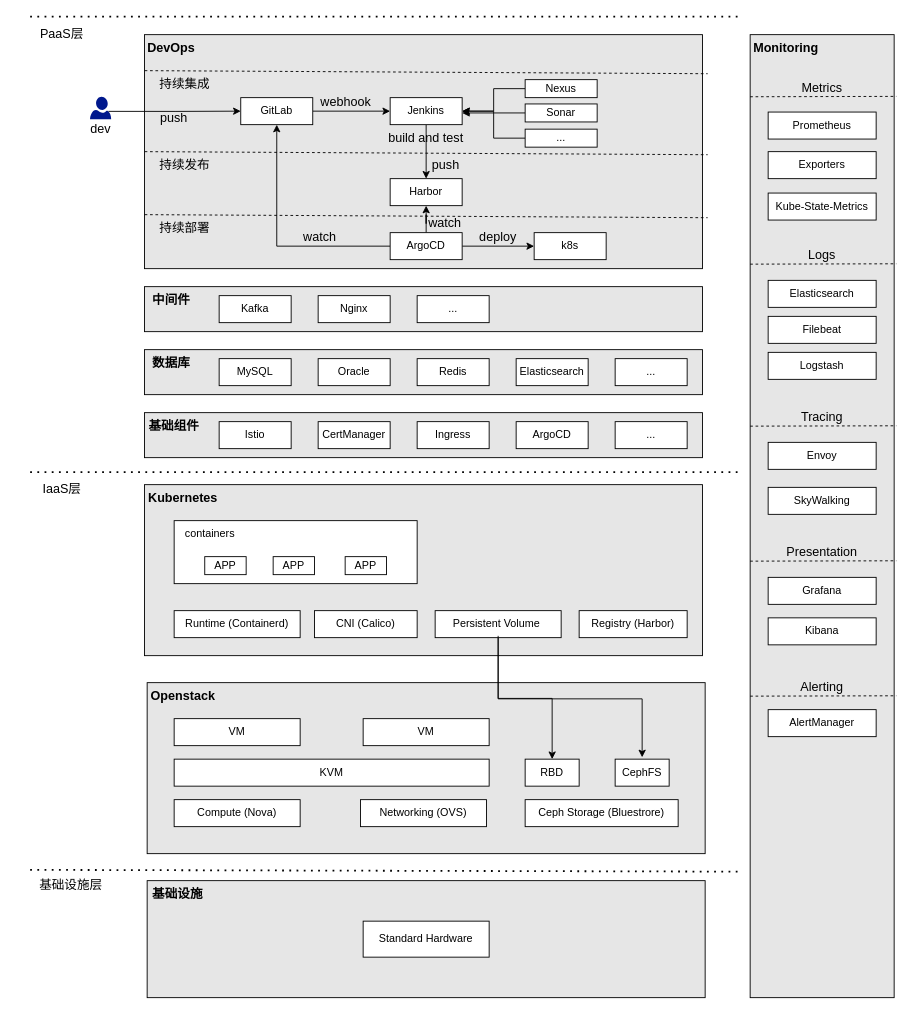
Before: design_documents/cloud/cloud_architecture.drawio in LiamLea/notes, a draw.io diagram. Source tidied: cells renumbered, new cells numbered last; positions are measured from the earlier drawing's top-left corner, leaving out a move shared by most shapes. Both pictures are drawn from the tidied source at 90%, with x=0, y=0 at pixel (30, 16).
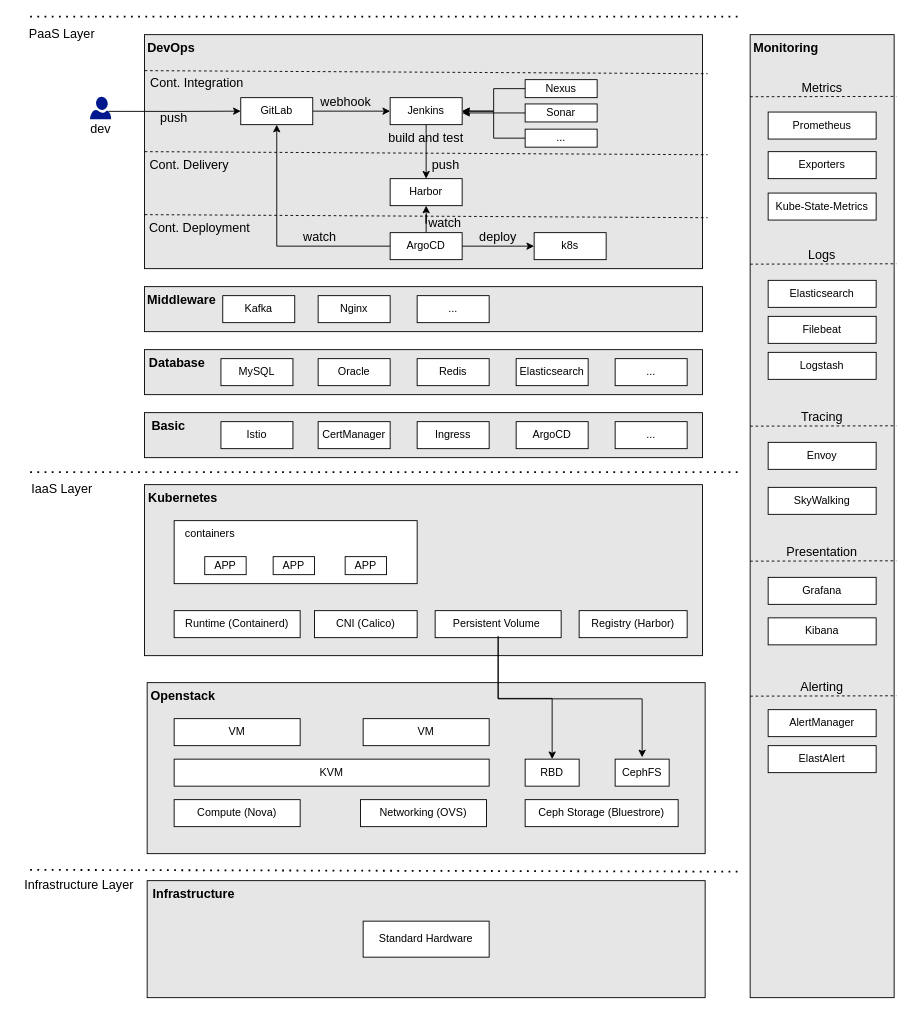
After the change.

What changed in the source:
```diff
@@
-    <mxCell id="26" value="&lt;span style=&quot;font-size: 14px;&quot;&gt;&lt;b&gt;基础组件&lt;/b&gt;&lt;/span&gt;" style="text;html=1;strokeColor=none;fillColor=none;align=center;verticalAlign=middle;whiteSpace=wrap;rounded=0;" parent="1" vertex="1">
-      <mxGeometry x="130" y="440" width="60" height="30" as="geometry" />
+    <mxCell id="26" value="&lt;span style=&quot;font-size: 14px;&quot;&gt;&lt;b&gt;Basic&lt;/b&gt;&lt;/span&gt;" style="text;html=1;strokeColor=none;fillColor=none;align=center;verticalAlign=middle;whiteSpace=wrap;rounded=0;" parent="1" vertex="1">
+      <mxGeometry x="124" y="440" width="60" height="30" as="geometry" />
     </mxCell>
@@
-    <mxCell id="28" value="&lt;span style=&quot;font-size: 14px;&quot;&gt;&lt;b&gt;数据库&lt;/b&gt;&lt;/span&gt;" style="text;html=1;strokeColor=none;fillColor=none;align=center;verticalAlign=middle;whiteSpace=wrap;rounded=0;" parent="1" vertex="1">
-      <mxGeometry x="127" y="370" width="60" height="30" as="geometry" />
+    <mxCell id="28" value="&lt;span style=&quot;font-size: 14px;&quot;&gt;&lt;b&gt;Database&lt;/b&gt;&lt;/span&gt;" style="text;html=1;strokeColor=none;fillColor=none;align=center;verticalAlign=middle;whiteSpace=wrap;rounded=0;" parent="1" vertex="1">
+      <mxGeometry x="127" y="370" width="73" height="30" as="geometry" />
     </mxCell>
-    <mxCell id="29" value="&lt;b&gt;&lt;font style=&quot;font-size: 14px;&quot;&gt;基础设施&lt;/font&gt;&lt;/b&gt;" style="text;html=1;strokeColor=none;fillColor=none;align=center;verticalAlign=middle;whiteSpace=wrap;rounded=0;" parent="1" vertex="1">
-      <mxGeometry x="134" y="960" width="60" height="30" as="geometry" />
+    <mxCell id="29" value="&lt;b&gt;&lt;font style=&quot;font-size: 14px;&quot;&gt;Infrastructure&lt;/font&gt;&lt;/b&gt;" style="text;html=1;strokeColor=none;fillColor=none;align=center;verticalAlign=middle;whiteSpace=wrap;rounded=0;" parent="1" vertex="1">
+      <mxGeometry x="124" y="960" width="116" height="30" as="geometry" />
     </mxCell>
@@
-    <mxCell id="31" value="&lt;span style=&quot;font-size: 14px;&quot;&gt;&lt;b&gt;中间件&lt;/b&gt;&lt;/span&gt;" style="text;html=1;strokeColor=none;fillColor=none;align=center;verticalAlign=middle;whiteSpace=wrap;rounded=0;" parent="1" vertex="1">
-      <mxGeometry x="127" y="300" width="60" height="30" as="geometry" />
+    <mxCell id="31" value="&lt;span style=&quot;font-size: 14px;&quot;&gt;&lt;b&gt;Middleware&lt;/b&gt;&lt;/span&gt;" style="text;html=1;strokeColor=none;fillColor=none;align=center;verticalAlign=middle;whiteSpace=wrap;rounded=0;" parent="1" vertex="1">
+      <mxGeometry x="127" y="300" width="83" height="30" as="geometry" />
     </mxCell>
@@
     <mxCell id="39" value="MySQL" style="rounded=0;whiteSpace=wrap;html=1;fillColor=#FFFFFF;" parent="1" vertex="1">
-      <mxGeometry x="210" y="380" width="80" height="30" as="geometry" />
+      <mxGeometry x="212" y="380" width="80" height="30" as="geometry" />
     </mxCell>
@@
     <mxCell id="43" value="Istio" style="rounded=0;whiteSpace=wrap;html=1;fillColor=#FFFFFF;" parent="1" vertex="1">
-      <mxGeometry x="210" y="450" width="80" height="30" as="geometry" />
+      <mxGeometry x="212" y="450" width="80" height="30" as="geometry" />
     </mxCell>
@@
     <mxCell id="47" value="Kafka" style="rounded=0;whiteSpace=wrap;html=1;fillColor=#FFFFFF;" parent="1" vertex="1">
-      <mxGeometry x="210" y="310" width="80" height="30" as="geometry" />
+      <mxGeometry x="214" y="310" width="80" height="30" as="geometry" />
     </mxCell>
@@
-    <mxCell id="53" value="基础设施层" style="text;html=1;align=center;verticalAlign=middle;strokeColor=none;fillColor=none;fontSize=14;" parent="1" vertex="1">
-      <mxGeometry y="950" width="90" height="30" as="geometry" />
+    <mxCell id="53" value="Infrastructure Layer" style="text;html=1;align=center;verticalAlign=middle;strokeColor=none;fillColor=none;fontSize=14;" parent="1" vertex="1">
+      <mxGeometry x="-16" y="950" width="140" height="30" as="geometry" />
     </mxCell>
-    <mxCell id="54" value="IaaS层" style="text;html=1;align=center;verticalAlign=middle;strokeColor=none;fillColor=none;fontSize=14;" parent="1" vertex="1">
-      <mxGeometry y="510" width="70" height="30" as="geometry" />
+    <mxCell id="54" value="IaaS Layer" style="text;html=1;align=center;verticalAlign=middle;strokeColor=none;fillColor=none;fontSize=14;" parent="1" vertex="1">
+      <mxGeometry x="-10" y="510" width="90" height="30" as="geometry" />
     </mxCell>
@@
-    <mxCell id="81" value="持续集成" style="text;html=1;strokeColor=none;fillColor=none;align=center;verticalAlign=middle;whiteSpace=wrap;rounded=0;fontSize=14;" parent="1" vertex="1">
-      <mxGeometry x="127" y="60" width="90" height="30" as="geometry" />
+    <mxCell id="81" value="Cont. Integration" style="text;html=1;strokeColor=none;fillColor=none;align=center;verticalAlign=middle;whiteSpace=wrap;rounded=0;fontSize=14;" parent="1" vertex="1">
+      <mxGeometry x="114" y="59" width="143" height="30" as="geometry" />
     </mxCell>
@@
-    <mxCell id="83" value="持续发布" style="text;html=1;strokeColor=none;fillColor=none;align=center;verticalAlign=middle;whiteSpace=wrap;rounded=0;fontSize=14;" parent="1" vertex="1">
-      <mxGeometry x="127" y="150" width="90" height="30" as="geometry" />
+    <mxCell id="83" value="Cont. Delivery" style="text;html=1;strokeColor=none;fillColor=none;align=center;verticalAlign=middle;whiteSpace=wrap;rounded=0;fontSize=14;" parent="1" vertex="1">
+      <mxGeometry x="126" y="150" width="102" height="30" as="geometry" />
     </mxCell>
@@
-    <mxCell id="85" value="持续部署" style="text;html=1;strokeColor=none;fillColor=none;align=center;verticalAlign=middle;whiteSpace=wrap;rounded=0;fontSize=14;" parent="1" vertex="1">
-      <mxGeometry x="127" y="220" width="90" height="30" as="geometry" />
+    <mxCell id="85" value="Cont. Deployment" style="text;html=1;strokeColor=none;fillColor=none;align=center;verticalAlign=middle;whiteSpace=wrap;rounded=0;fontSize=14;" parent="1" vertex="1">
+      <mxGeometry x="127" y="220" width="123" height="30" as="geometry" />
     </mxCell>
@@
-    <mxCell id="103" value="PaaS层" style="text;html=1;align=center;verticalAlign=middle;strokeColor=none;fillColor=none;fontSize=14;" parent="1" vertex="1">
-      <mxGeometry y="4" width="70" height="30" as="geometry" />
+    <mxCell id="103" value="PaaS Layer" style="text;html=1;align=center;verticalAlign=middle;strokeColor=none;fillColor=none;fontSize=14;" parent="1" vertex="1">
+      <mxGeometry x="-15" y="4" width="100" height="30" as="geometry" />
     </mxCell>
@@
+    <mxCell id="110" value="ElastAlert" style="rounded=0;whiteSpace=wrap;html=1;fillColor=#FFFFFF;" parent="1" vertex="1">
+      <mxGeometry x="820" y="810" width="120" height="30" as="geometry" />
+    </mxCell>
```
